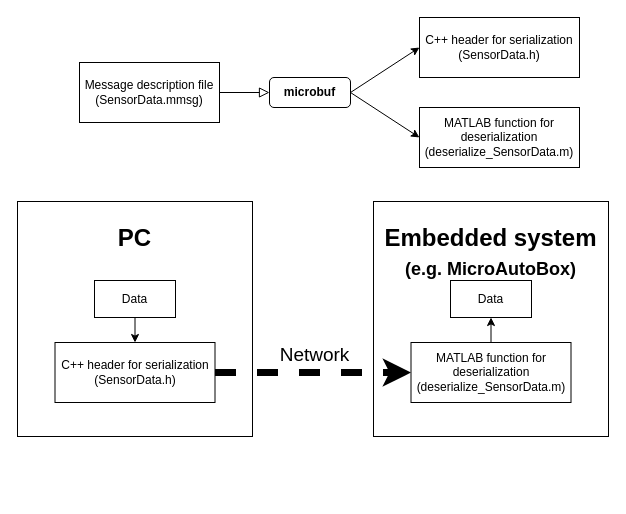
nspo/microbuf keeps this draw.io diagram as examples/microbuf-principle.drawio. Above is the earlier version. Source tidied: cells renumbered, new cells numbered last; positions are measured from the earlier drawing's top-left corner, leaving out a move shared by most shapes. Both pictures are drawn from the tidied source at 100%, with x=0, y=0 at pixel (17, 17).
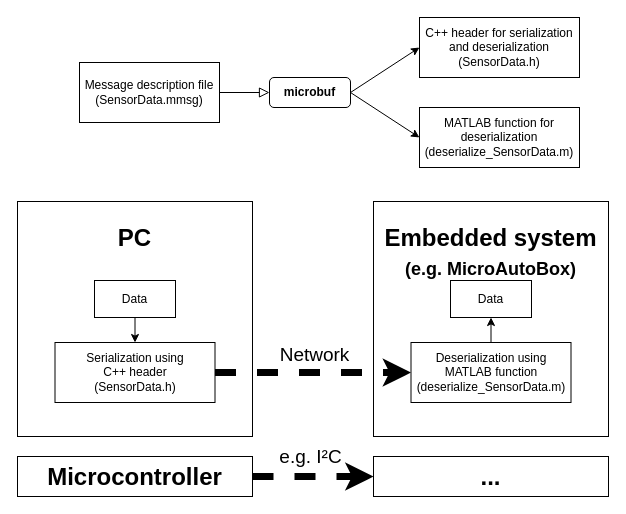
The same diagram, later.

Commit message (it also covers changes not shown here):
Update use case example

What changed in the source:
```diff
@@
+    <mxCell id="19" value="&lt;font style=&quot;font-size: 19px&quot;&gt;&lt;font style=&quot;font-size: 19px&quot;&gt;e.g. &lt;/font&gt;&lt;font style=&quot;font-size: 19px&quot;&gt;I²C&lt;/font&gt;&lt;/font&gt;" style="edgeLabel;html=1;align=center;verticalAlign=middle;fontSize=19;" parent="1" vertex="1">
+      <mxGeometry x="292.5" y="439" as="geometry" />
+    </mxCell>
@@
-    <mxCell id="5" value="&lt;div&gt;C++ header for serialization&lt;/div&gt;&lt;div&gt;(SensorData.h)&lt;br&gt;&lt;/div&gt;" style="rounded=0;whiteSpace=wrap;html=1;" parent="1" vertex="1">
+    <mxCell id="5" value="&lt;div&gt;C++ header for serialization and deserialization&lt;br&gt;&lt;/div&gt;&lt;div&gt;(SensorData.h)&lt;br&gt;&lt;/div&gt;" style="rounded=0;whiteSpace=wrap;html=1;" parent="1" vertex="1">
       <mxGeometry x="402" width="160" height="60" as="geometry" />
     </mxCell>
@@
-    <mxCell id="11" value="&lt;div&gt;C++ header for serialization&lt;/div&gt;&lt;div&gt;(SensorData.h)&lt;br&gt;&lt;/div&gt;" style="rounded=0;whiteSpace=wrap;html=1;" parent="1" vertex="1">
+    <mxCell id="11" value="&lt;div&gt;Serialization using&lt;br&gt;&lt;/div&gt;&lt;div&gt;C++ header&lt;br&gt;&lt;/div&gt;&lt;div&gt;(SensorData.h)&lt;br&gt;&lt;/div&gt;" style="rounded=0;whiteSpace=wrap;html=1;" parent="1" vertex="1">
       <mxGeometry x="37.5" y="325" width="160" height="60" as="geometry" />
     </mxCell>
@@
-    <mxCell id="14" value="&lt;div&gt;MATLAB function for deserialization&lt;/div&gt;&lt;div&gt;(deserialize_SensorData.m)&lt;br&gt;&lt;/div&gt;" style="rounded=0;whiteSpace=wrap;html=1;" parent="1" vertex="1">
+    <mxCell id="14" value="Deserialization using&lt;br&gt;&lt;div&gt;MATLAB function&lt;br&gt;&lt;/div&gt;&lt;div&gt;(deserialize_SensorData.m)&lt;br&gt;&lt;/div&gt;" style="rounded=0;whiteSpace=wrap;html=1;" parent="1" vertex="1">
       <mxGeometry x="393.5" y="325" width="160" height="60" as="geometry" />
     </mxCell>
@@
+    <mxCell id="20" value="&lt;b&gt;&lt;font style=&quot;font-size: 24px&quot;&gt;Microcontroller&lt;/font&gt;&lt;/b&gt;" style="whiteSpace=wrap;html=1;horizontal=1;verticalAlign=top;" parent="1" vertex="1">
+      <mxGeometry y="439" width="235" height="40" as="geometry" />
+    </mxCell>
+    <mxCell id="21" style="endArrow=classic;html=1;fontSize=19;strokeWidth=7;dashed=1;rounded=0;exitX=1;exitY=0.5;exitDx=0;exitDy=0;entryX=0;entryY=0.5;entryDx=0;entryDy=0;" parent="1" edge="1" source="20" target="22">
+      <mxGeometry relative="1" as="geometry" />
+    </mxCell>
+    <mxCell id="22" value="&lt;b&gt;&lt;font style=&quot;font-size: 24px&quot;&gt;...&lt;/font&gt;&lt;/b&gt;" style="whiteSpace=wrap;html=1;horizontal=1;verticalAlign=top;" parent="1" vertex="1">
+      <mxGeometry x="356" y="439" width="235" height="40" as="geometry" />
+    </mxCell>
```
